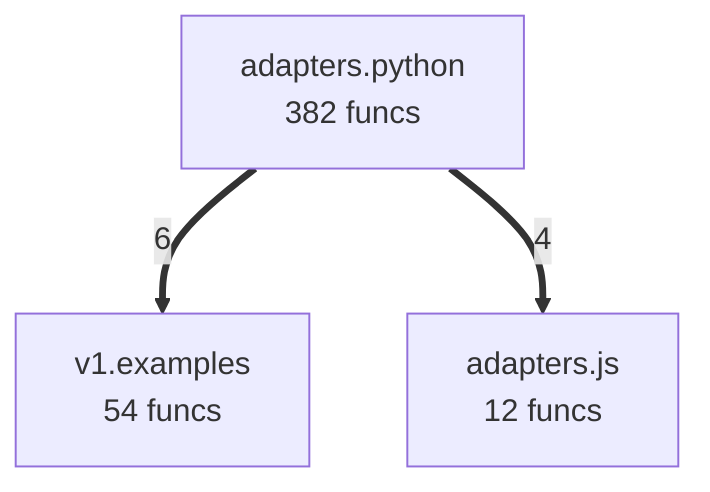
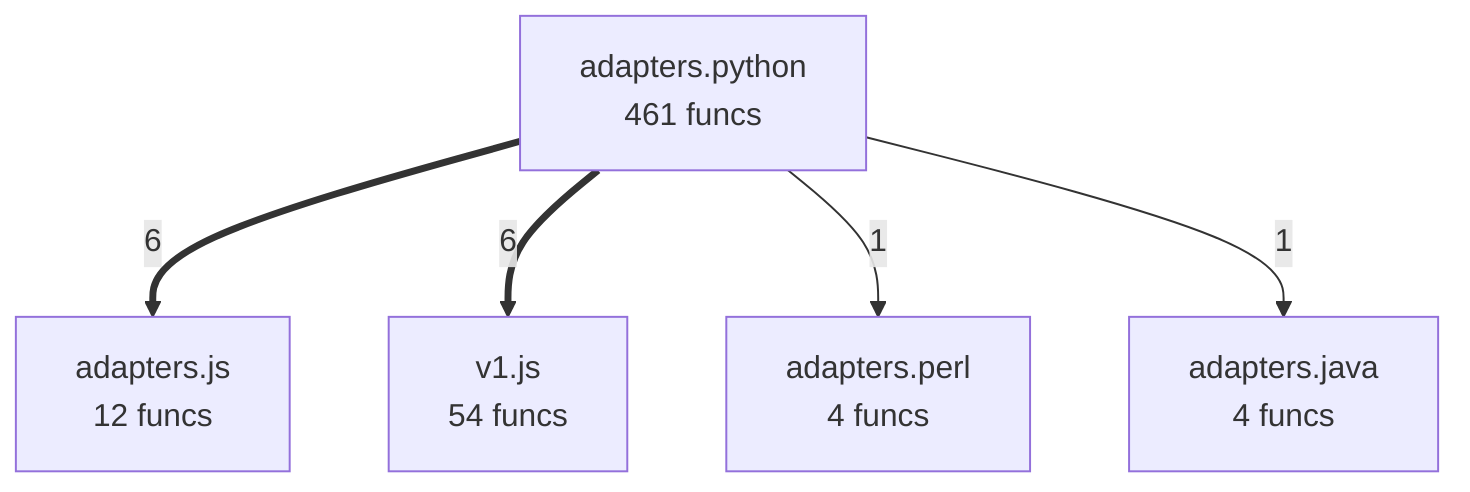
flowchart TD
%% generated in 0.01s
+     adapters__java["adapters.java<br/>4 funcs"]
    adapters__js["adapters.js<br/>12 funcs"]
-     adapters__python["adapters.python<br/>382 funcs"]
-     v1__examples["v1.examples<br/>54 funcs"]
-     adapters__python ==>|6| v1__examples
-     adapters__python ==>|4| adapters__js
+     adapters__perl["adapters.perl<br/>4 funcs"]
+     adapters__python["adapters.python<br/>461 funcs"]
+     v1__js["v1.js<br/>54 funcs"]
+     adapters__python ==>|6| adapters__js
+     adapters__python ==>|6| v1__js
+     adapters__python -->|1| adapters__perl
+     adapters__python -->|1| adapters__java
